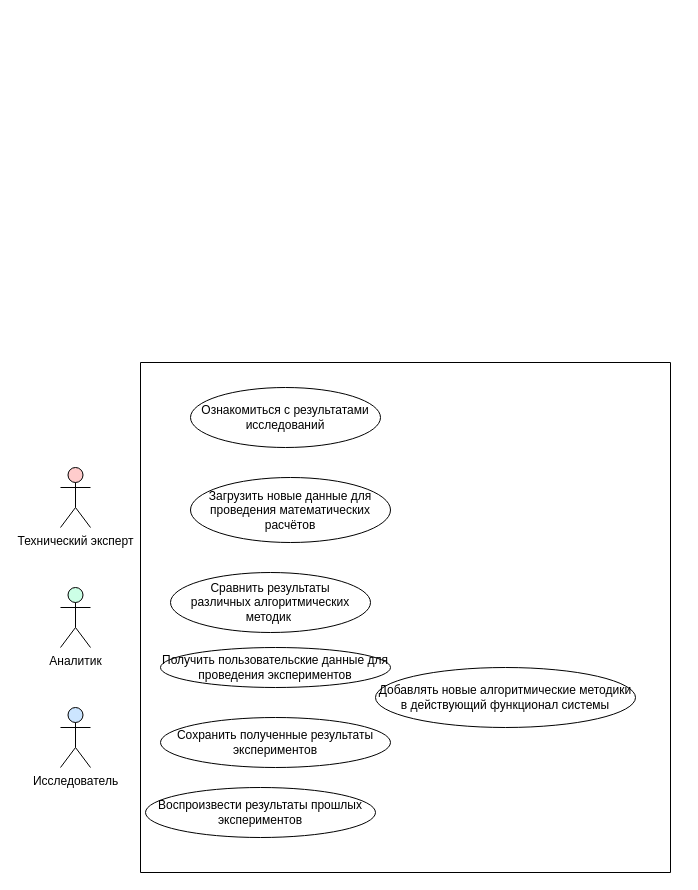
Earlier version of the draw.io diagram master/sources/diploma/analysis/diagrams/usecases/usecase.drawio (stalker-fc/diploma). Source tidied: cells renumbered, new cells numbered last; positions are measured from the earlier drawing's top-left corner, leaving out a move shared by most shapes. Both pictures are drawn from the tidied source at 100%, with x=0, y=0 at pixel (60, 362).
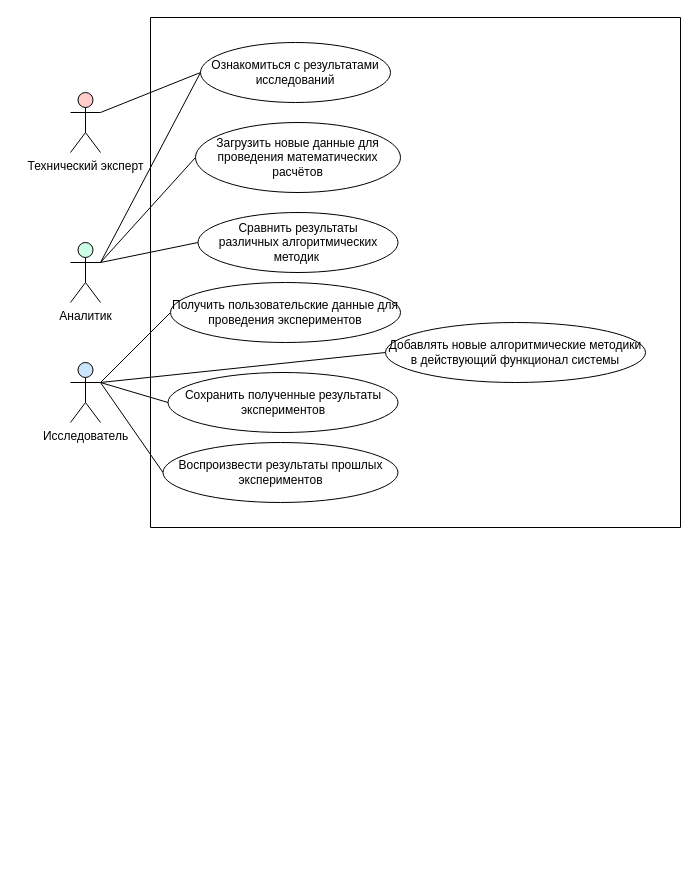
The same page after the edit.

The edit, as a diff of the source:
```diff
@@
     <mxCell id="2" style="verticalLabelPosition=bottom;verticalAlign=top;html=1;shape=mxgraph.basic.rect;fillColor2=none;strokeWidth=1;size=20;indent=5;fillColor=default;strokeColor=default;" parent="1" vertex="1">
-      <mxGeometry x="80" width="530" height="510" as="geometry" />
+      <mxGeometry x="90" y="-345" width="530" height="510" as="geometry" />
     </mxCell>
+    <mxCell id="13" style="edgeStyle=none;rounded=0;jettySize=auto;html=1;exitX=1;exitY=0.3333333333333333;exitDx=0;exitDy=0;exitPerimeter=0;entryX=0;entryY=0.5;entryDx=0;entryDy=0;endArrow=none;endFill=0;" parent="1" edge="1" source="3" target="8">
+      <mxGeometry relative="1" as="geometry" />
+    </mxCell>
     <mxCell id="3" value="Аналитик" style="shape=umlActor;verticalLabelPosition=bottom;verticalAlign=top;html=1;fillColor=#CCFFE6;" parent="1" vertex="1">
-      <mxGeometry y="225" width="30" height="60" as="geometry" />
+      <mxGeometry x="10" y="-120" width="30" height="60" as="geometry" />
     </mxCell>
+    <mxCell id="14" style="rounded=0;jettySize=auto;html=1;exitX=1;exitY=0.3333333333333333;exitDx=0;exitDy=0;exitPerimeter=0;entryX=0;entryY=0.5;entryDx=0;entryDy=0;endArrow=none;endFill=0;" parent="1" edge="1" source="4" target="10">
+      <mxGeometry relative="1" as="geometry" />
+    </mxCell>
+    <mxCell id="15" style="edgeStyle=none;rounded=0;jettySize=auto;html=1;exitX=1;exitY=0.3333333333333333;exitDx=0;exitDy=0;exitPerimeter=0;entryX=0;entryY=0.5;entryDx=0;entryDy=0;endArrow=none;endFill=0;" parent="1" edge="1" source="4" target="11">
+      <mxGeometry relative="1" as="geometry" />
+    </mxCell>
+    <mxCell id="16" style="edgeStyle=none;rounded=0;jettySize=auto;html=1;exitX=1;exitY=0.3333333333333333;exitDx=0;exitDy=0;exitPerimeter=0;entryX=0;entryY=0.5;entryDx=0;entryDy=0;endArrow=none;endFill=0;" parent="1" edge="1" source="4" target="12">
+      <mxGeometry relative="1" as="geometry" />
+    </mxCell>
     <mxCell id="4" value="Исследователь" style="shape=umlActor;verticalLabelPosition=bottom;verticalAlign=top;html=1;fillColor=#CCE5FF;" parent="1" vertex="1">
-      <mxGeometry y="345" width="30" height="60" as="geometry" />
+      <mxGeometry x="10" width="30" height="60" as="geometry" />
     </mxCell>
     <mxCell id="5" value="Технический эксперт" style="shape=umlActor;verticalLabelPosition=bottom;verticalAlign=top;html=1;fillColor=#FFCCCC;" parent="1" vertex="1">
-      <mxGeometry y="105" width="30" height="60" as="geometry" />
+      <mxGeometry x="10" y="-270" width="30" height="60" as="geometry" />
     </mxCell>
+    <mxCell id="17" style="edgeStyle=none;rounded=0;jettySize=auto;html=1;exitX=0;exitY=0.5;exitDx=0;exitDy=0;endArrow=none;endFill=0;" parent="1" edge="1" source="6">
+      <mxGeometry relative="1" as="geometry">
+        <mxPoint x="40" y="-100" as="targetPoint" />
+      </mxGeometry>
+    </mxCell>
+    <mxCell id="18" style="edgeStyle=none;rounded=0;jettySize=auto;html=1;exitX=0;exitY=0.5;exitDx=0;exitDy=0;entryX=1;entryY=0.3333333333333333;entryDx=0;entryDy=0;entryPerimeter=0;endArrow=none;endFill=0;" parent="1" edge="1" source="6" target="5">
+      <mxGeometry relative="1" as="geometry" />
+    </mxCell>
     <mxCell id="6" value="Ознакомиться с результатами исследований" style="ellipse;whiteSpace=wrap;html=1;fillColor=#FFFFFF;" parent="1" vertex="1">
-      <mxGeometry x="130" y="25" width="190" height="60" as="geometry" />
+      <mxGeometry x="140" y="-320" width="190" height="60" as="geometry" />
     </mxCell>
+    <mxCell id="19" style="edgeStyle=none;rounded=0;jettySize=auto;html=1;exitX=0;exitY=0.5;exitDx=0;exitDy=0;entryX=1;entryY=0.3333333333333333;entryDx=0;entryDy=0;entryPerimeter=0;endArrow=none;endFill=0;" parent="1" edge="1" source="7" target="3">
+      <mxGeometry relative="1" as="geometry" />
+    </mxCell>
     <mxCell id="7" value="Загрузить новые данные для проведения математических расчётов" style="ellipse;whiteSpace=wrap;html=1;fillColor=#FFFFFF;" parent="1" vertex="1">
-      <mxGeometry x="130" y="115" width="200" height="65" as="geometry" />
+      <mxGeometry x="135" y="-240" width="205" height="70" as="geometry" />
     </mxCell>
     <mxCell id="8" value="Сравнить результаты&lt;br&gt;различных алгоритмических методик&amp;nbsp;" style="ellipse;whiteSpace=wrap;html=1;fillColor=#FFFFFF;" parent="1" vertex="1">
-      <mxGeometry x="110" y="210" width="200" height="60" as="geometry" />
+      <mxGeometry x="137.5" y="-150" width="200" height="60" as="geometry" />
     </mxCell>
+    <mxCell id="20" style="edgeStyle=none;rounded=0;jettySize=auto;html=1;exitX=0;exitY=0.5;exitDx=0;exitDy=0;endArrow=none;endFill=0;" parent="1" edge="1" source="9">
+      <mxGeometry relative="1" as="geometry">
+        <mxPoint x="40" y="20" as="targetPoint" />
+      </mxGeometry>
+    </mxCell>
     <mxCell id="9" value="Получить пользовательские данные для проведения экспериментов" style="ellipse;whiteSpace=wrap;html=1;fillColor=#FFFFFF;" parent="1" vertex="1">
-      <mxGeometry x="100" y="285" width="230" height="40" as="geometry" />
+      <mxGeometry x="110" y="-80" width="230" height="60" as="geometry" />
     </mxCell>
     <mxCell id="10" value="Сохранить полученные результаты экспериментов" style="ellipse;whiteSpace=wrap;html=1;fillColor=#FFFFFF;" parent="1" vertex="1">
-      <mxGeometry x="100" y="355" width="230" height="50" as="geometry" />
+      <mxGeometry x="107.5" y="10" width="230" height="60" as="geometry" />
     </mxCell>
     <mxCell id="11" value="Добавлять новые алгоритмические методики в действующий функционал системы" style="ellipse;whiteSpace=wrap;html=1;fillColor=#FFFFFF;" parent="1" vertex="1">
-      <mxGeometry x="315" y="305" width="260" height="60" as="geometry" />
+      <mxGeometry x="325" y="-40" width="260" height="60" as="geometry" />
     </mxCell>
     <mxCell id="12" value="Воспроизвести результаты прошлых экспериментов" style="ellipse;whiteSpace=wrap;html=1;fillColor=#FFFFFF;" parent="1" vertex="1">
-      <mxGeometry x="85" y="425" width="230" height="50" as="geometry" />
+      <mxGeometry x="102.5" y="80" width="235" height="60" as="geometry" />
     </mxCell>
```
